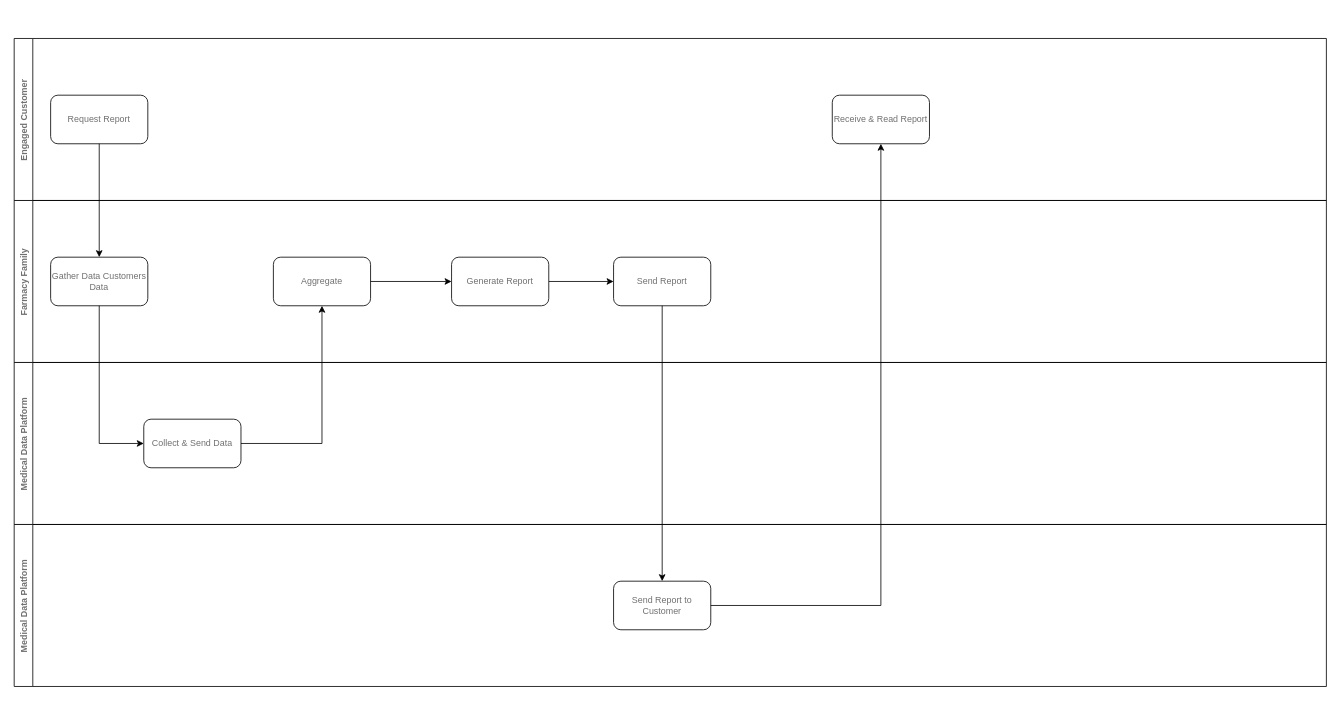
sakosy/arch_katas_2021 keeps this draw.io diagram as page "CJM 4 Engaged Customer" (4 of 5) of analysis/drawio.drawio. Above is the earlier version. Source tidied: cells renumbered, new cells numbered last; positions are measured from the earlier drawing's top-left corner, leaving out a move shared by most shapes. Both pictures are drawn from the tidied source at 81%, with x=0, y=0 at pixel (14, 38).
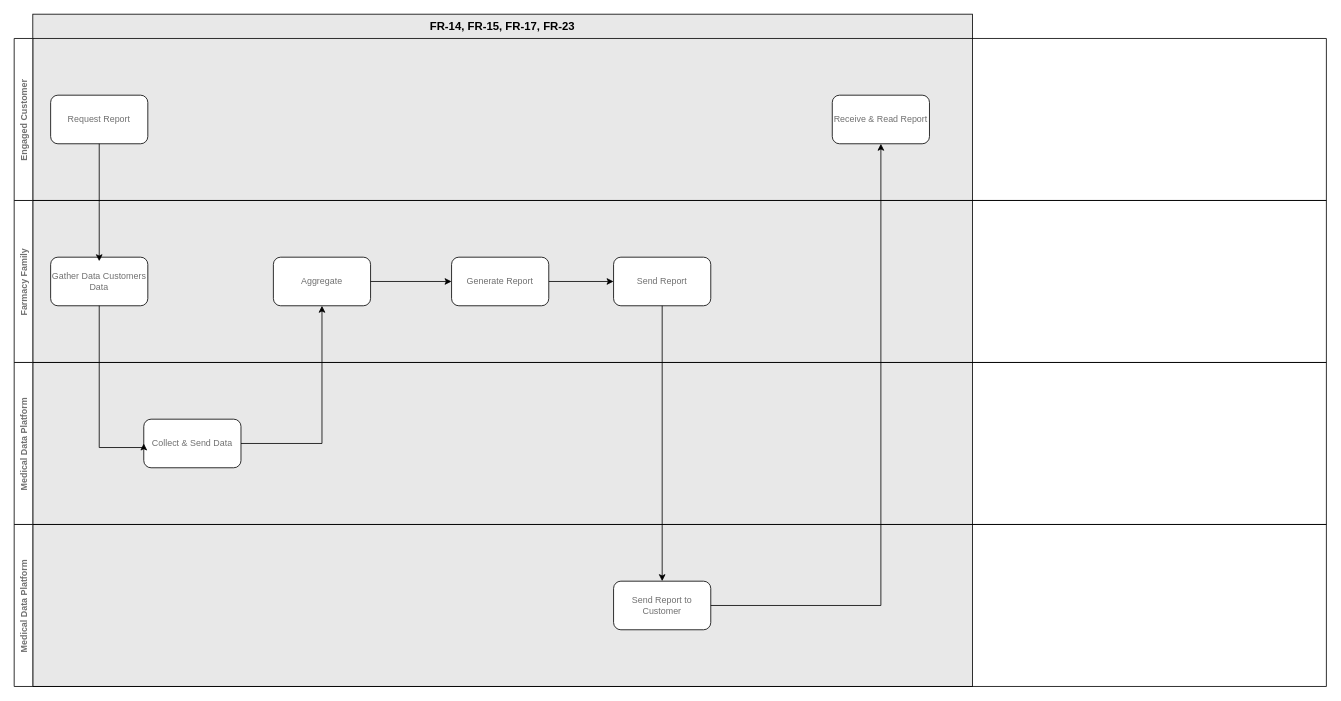
The same page after the edit.

The change refers to these unchanged cells:
```xml
<mxCell id="3" value="Gather Data Customers Data" style="whiteSpace=wrap;html=1;rounded=1;fontFamily=PT Mono;fontSize=11;fontColor=#707070;" parent="2" vertex="1">
  <mxGeometry x="45" y="70" width="120" height="60" as="geometry" />
</mxCell>
<mxCell id="12" value="Request Report" style="rounded=1;whiteSpace=wrap;html=1;fontFamily=PT Mono;fontSize=11;fontColor=#707070;" parent="11" vertex="1">
  <mxGeometry x="45" y="70" width="120" height="60" as="geometry" />
</mxCell>
<mxCell id="17" value="Collect &amp;amp; Send Data" style="whiteSpace=wrap;html=1;rounded=1;fontFamily=PT Mono;fontSize=11;fontColor=#707070;" parent="15" vertex="1">
  <mxGeometry x="160" y="70" width="120" height="60" as="geometry" />
</mxCell>
```

The edit, as a diff of the source:
```diff
@@
+    <mxCell id="29" value="FR-14,&amp;nbsp;FR-15, FR-17, FR-23" style="rounded=0;whiteSpace=wrap;html=1;fontFamily=PT Mono;fontSize=14;fillColor=#E8E8E8;verticalAlign=top;fontStyle=1;" parent="1" vertex="1">
+      <mxGeometry x="23" y="-30" width="1160" height="830" as="geometry" />
+    </mxCell>
@@
     <mxCell id="14" style="edgeStyle=orthogonalEdgeStyle;rounded=0;jettySize=auto;html=1;fontFamily=PT Mono;fontSize=11;fontColor=#707070;startArrow=none;startFill=0;endArrow=classic;endFill=1;verticalAlign=middle;" parent="1" edge="1" source="12">
       <mxGeometry relative="1" as="geometry">
-        <mxPoint x="105" y="270" as="targetPoint" />
+        <mxPoint x="105" y="275" as="targetPoint" />
       </mxGeometry>
     </mxCell>
@@
     <mxCell id="18" style="edgeStyle=orthogonalEdgeStyle;rounded=0;jettySize=auto;html=1;fontFamily=PT Mono;fontSize=11;fontColor=#707070;startArrow=none;startFill=0;endArrow=classic;endFill=1;verticalAlign=middle;entryX=0;entryY=0.5;entryDx=0;entryDy=0;exitX=0.5;exitY=1;exitDx=0;exitDy=0;" parent="1" edge="1" source="3" target="17">
       <mxGeometry relative="1" as="geometry">
         <Array as="points">
-          <mxPoint x="105" y="500" />
+          <mxPoint x="105" y="505" />
         </Array>
       </mxGeometry>
     </mxCell>
     <mxCell id="19" style="edgeStyle=orthogonalEdgeStyle;rounded=0;orthogonalLoop=1;jettySize=auto;html=1;fontFamily=PT Mono;fontSize=11;fontColor=#707070;startArrow=none;startFill=0;endArrow=classic;endFill=1;verticalAlign=middle;exitX=0.5;exitY=1;exitDx=0;exitDy=0;" parent="1" edge="1">
       <mxGeometry relative="1" as="geometry">
-        <mxPoint x="1038" y="250" as="sourcePoint" />
+        <mxPoint x="1038" y="255" as="sourcePoint" />
       </mxGeometry>
     </mxCell>
@@
     <mxCell id="22" style="edgeStyle=orthogonalEdgeStyle;rounded=0;orthogonalLoop=1;jettySize=auto;html=1;fontFamily=PT Mono;fontSize=11;fontColor=#707070;startArrow=none;startFill=0;endArrow=classic;endFill=1;verticalAlign=middle;" parent="1" edge="1">
       <mxGeometry relative="1" as="geometry">
-        <mxPoint x="1243" y="225" as="targetPoint" />
+        <mxPoint x="1243" y="230" as="targetPoint" />
       </mxGeometry>
     </mxCell>
     <mxCell id="23" style="edgeStyle=orthogonalEdgeStyle;rounded=0;orthogonalLoop=1;jettySize=auto;html=1;fontFamily=PT Mono;fontSize=11;fontColor=#707070;startArrow=none;startFill=0;endArrow=classic;endFill=1;verticalAlign=middle;" parent="1" edge="1">
       <mxGeometry relative="1" as="geometry">
-        <mxPoint x="1303" y="195" as="sourcePoint" />
+        <mxPoint x="1303" y="200" as="sourcePoint" />
       </mxGeometry>
     </mxCell>
```
